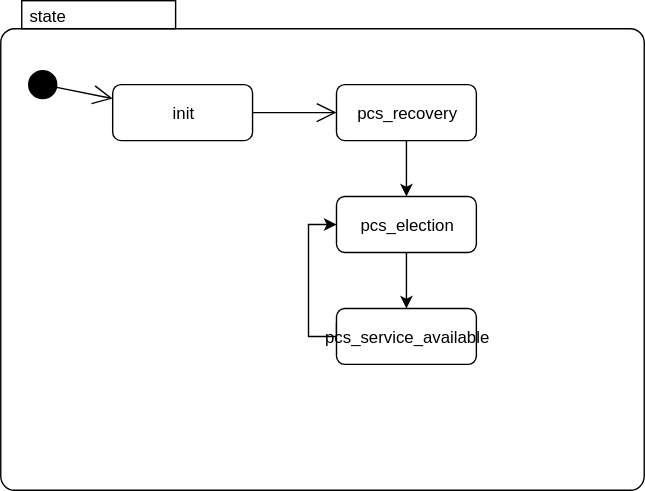
simbahebinbo/smallfat.github.io keeps this draw.io diagram as attachments/1670310960410.drawio.svg. Above is the earlier version. Source tidied: cells renumbered, new cells last; positions are measured from the earlier drawing's top-left corner, leaving out a move shared by most shapes. Source of this version:
```xml
<mxGraphModel>
  <root>
    <mxCell id="0" />
    <mxCell id="1" parent="0" />
    <mxCell id="2" value="state" style="shape=mxgraph.sysml.compState;align=left;verticalAlign=top;spacingTop=-3;spacingLeft=18;strokeWidth=1;" parent="1" vertex="1">
      <mxGeometry width="460" height="350" as="geometry" />
    </mxCell>
    <mxCell id="3" style="shape=ellipse;html=1;fillColor=#000000;verticalLabelPosition=bottom;labelBackgroundColor=#ffffff;verticalAlign=top;" parent="2" vertex="1">
      <mxGeometry x="20" y="50" width="20" height="20" as="geometry" />
    </mxCell>
    <mxCell id="4" value="init" style="strokeColor=inherit;fillColor=inherit;gradientColor=inherit;shape=rect;html=1;rounded=1;whiteSpace=wrap;align=center;" parent="2" vertex="1">
      <mxGeometry x="80" y="60" width="100" height="40" as="geometry" />
    </mxCell>
    <mxCell id="5" style="edgeStyle=orthogonalEdgeStyle;rounded=0;jettySize=auto;html=1;exitX=0.5;exitY=1;exitDx=0;exitDy=0;entryX=0.5;entryY=0;entryDx=0;entryDy=0;" parent="2" edge="1" source="6" target="10">
      <mxGeometry relative="1" as="geometry" />
    </mxCell>
    <mxCell id="6" value="pcs_recovery" style="strokeColor=inherit;fillColor=inherit;gradientColor=inherit;shape=rect;html=1;rounded=1;whiteSpace=wrap;align=center;" parent="2" vertex="1">
      <mxGeometry x="240" y="60" width="100" height="40" as="geometry" />
    </mxCell>
    <mxCell id="7" style="strokeColor=inherit;fillColor=inherit;gradientColor=inherit;edgeStyle=none;html=1;endArrow=open;endSize=12;" parent="2" edge="1" source="3" target="4">
      <mxGeometry relative="1" as="geometry" />
    </mxCell>
    <mxCell id="8" style="strokeColor=inherit;fillColor=inherit;gradientColor=inherit;edgeStyle=none;html=1;endArrow=open;endSize=12;" parent="2" edge="1" source="4" target="6">
      <mxGeometry relative="1" as="geometry" />
    </mxCell>
    <mxCell id="9" style="edgeStyle=orthogonalEdgeStyle;rounded=0;jettySize=auto;html=1;" parent="2" edge="1" source="10" target="12">
      <mxGeometry relative="1" as="geometry" />
    </mxCell>
    <mxCell id="10" value="pcs_election" style="strokeColor=inherit;fillColor=inherit;gradientColor=inherit;shape=rect;html=1;rounded=1;whiteSpace=wrap;align=center;" parent="2" vertex="1">
      <mxGeometry x="240" y="140" width="100" height="40" as="geometry" />
    </mxCell>
    <mxCell id="11" style="edgeStyle=orthogonalEdgeStyle;rounded=0;jettySize=auto;html=1;exitX=0;exitY=0.25;exitDx=0;exitDy=0;entryX=0;entryY=0.5;entryDx=0;entryDy=0;" parent="2" edge="1" source="12" target="10">
      <mxGeometry relative="1" as="geometry">
        <Array as="points">
          <mxPoint x="240" y="240" />
          <mxPoint x="220" y="240" />
          <mxPoint x="220" y="160" />
        </Array>
      </mxGeometry>
    </mxCell>
    <mxCell id="12" value="pcs_service_available" style="strokeColor=inherit;fillColor=inherit;gradientColor=inherit;shape=rect;html=1;rounded=1;whiteSpace=wrap;align=center;" parent="2" vertex="1">
      <mxGeometry x="240" y="220" width="100" height="40" as="geometry" />
    </mxCell>
  </root>
</mxGraphModel>
```
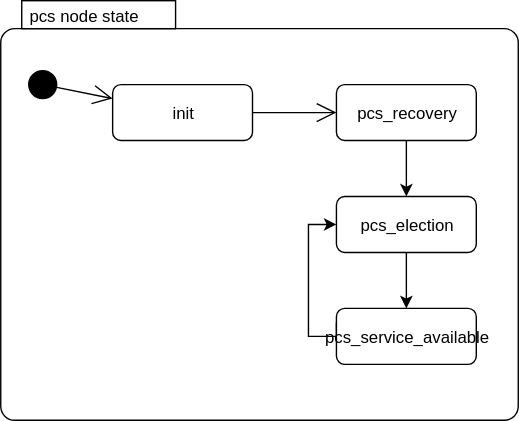
Later version of the same file.

Commit message:
添加附件 : attachments/1670310960410.drawio.svg

Diff of the diagram source:
```diff
@@ -2,8 +2,8 @@
   <root>
     <mxCell id="0" />
     <mxCell id="1" parent="0" />
-    <mxCell id="2" value="state" style="shape=mxgraph.sysml.compState;align=left;verticalAlign=top;spacingTop=-3;spacingLeft=18;strokeWidth=1;" parent="1" vertex="1">
-      <mxGeometry width="460" height="350" as="geometry" />
+    <mxCell id="2" value="pcs node state" style="shape=mxgraph.sysml.compState;align=left;verticalAlign=top;spacingTop=-3;spacingLeft=18;strokeWidth=1;" parent="1" vertex="1">
+      <mxGeometry width="370" height="300" as="geometry" />
     </mxCell>
     <mxCell id="3" style="shape=ellipse;html=1;fillColor=#000000;verticalLabelPosition=bottom;labelBackgroundColor=#ffffff;verticalAlign=top;" parent="2" vertex="1">
       <mxGeometry x="20" y="50" width="20" height="20" as="geometry" />
```
